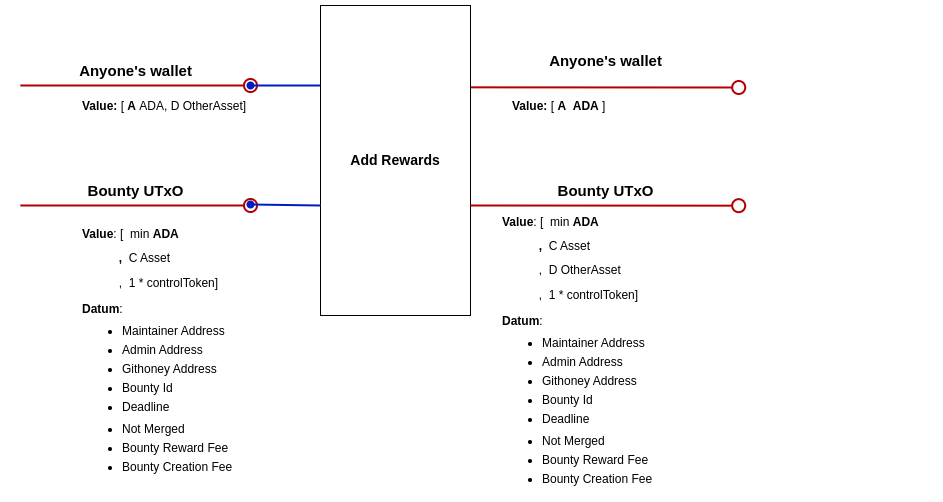
The draw.io diagram docs/img/addRewards.png in githoney-io/githoney-smart-contract, before a commit. Source tidied: cells renumbered, new cells last; positions are measured from the earlier drawing's top-left corner, leaving out a move shared by most shapes.
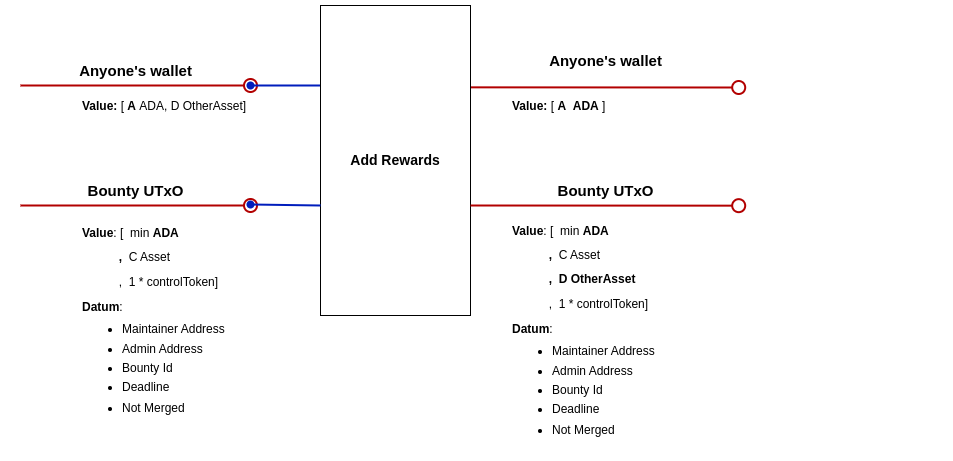
After the change.

What changed in the source:
```diff
@@ -41,8 +41,8 @@
         <mxPoint x="718.2" y="200.2" as="targetPoint" />
       </mxGeometry>
     </mxCell>
-    <mxCell id="11" value="&lt;p style=&quot;line-height: 100%;&quot;&gt;&lt;b&gt;Value&lt;/b&gt;: [&amp;nbsp; min&lt;b&gt;&amp;nbsp;ADA&lt;/b&gt;&lt;/p&gt;&lt;p style=&quot;line-height: 100%;&quot;&gt;&lt;b&gt;&lt;span style=&quot;white-space: pre;&quot;&gt;&#9;&lt;/span&gt;&amp;nbsp; &amp;nbsp;,&amp;nbsp; &lt;/b&gt;C Asset&lt;br&gt;&lt;/p&gt;&lt;span style=&quot;background-color: initial;&quot;&gt;&amp;nbsp; &amp;nbsp; &amp;nbsp; &amp;nbsp; &amp;nbsp; &amp;nbsp;,&amp;nbsp; 1 * controlToken&lt;/span&gt;&lt;span style=&quot;background-color: initial;&quot;&gt;]&amp;nbsp;&lt;/span&gt;&lt;div&gt;&lt;div&gt;&lt;p style=&quot;line-height: 100%;&quot;&gt;&lt;b&gt;Datum&lt;/b&gt;:&lt;/p&gt;&lt;ul style=&quot;line-height: 80%;&quot;&gt;&lt;li&gt;Maintainer Address&lt;/li&gt;&lt;br&gt;&lt;li&gt;Admin Address&amp;nbsp; &lt;br&gt;&lt;br&gt;&lt;/li&gt;&lt;li&gt;Githoney Address&lt;br&gt;&lt;br&gt;&lt;/li&gt;&lt;li&gt;Bounty Id&lt;br&gt;&amp;nbsp; &amp;nbsp; &amp;nbsp;&lt;/li&gt;&lt;li&gt;Deadline&lt;/li&gt;&lt;/ul&gt;&lt;ul style=&quot;line-height: 80%;&quot;&gt;&lt;li&gt;Not Merged&lt;br&gt;&lt;br&gt;&lt;/li&gt;&lt;li&gt;Bounty Reward Fee&lt;br&gt;&lt;br&gt;&lt;/li&gt;&lt;li&gt;Bounty Creation Fee&lt;/li&gt;&lt;/ul&gt;&lt;p&gt;&lt;/p&gt;&lt;/div&gt;&lt;/div&gt;" style="text;html=1;strokeColor=none;fillColor=none;align=left;verticalAlign=middle;whiteSpace=wrap;rounded=0;" parent="1" vertex="1">
-      <mxGeometry x="60" y="220" width="437.4" height="250" as="geometry" />
+    <mxCell id="11" value="&lt;p style=&quot;line-height: 100%;&quot;&gt;&lt;b&gt;Value&lt;/b&gt;: [&amp;nbsp; min&lt;b&gt;&amp;nbsp;ADA&lt;/b&gt;&lt;/p&gt;&lt;p style=&quot;line-height: 100%;&quot;&gt;&lt;b&gt;&lt;span style=&quot;white-space: pre;&quot;&gt;&#9;&lt;/span&gt;&amp;nbsp; &amp;nbsp;,&amp;nbsp; &lt;/b&gt;C Asset&lt;br&gt;&lt;/p&gt;&lt;span style=&quot;background-color: initial;&quot;&gt;&amp;nbsp; &amp;nbsp; &amp;nbsp; &amp;nbsp; &amp;nbsp; &amp;nbsp;,&amp;nbsp; 1 * controlToken&lt;/span&gt;&lt;span style=&quot;background-color: initial;&quot;&gt;]&amp;nbsp;&lt;/span&gt;&lt;div&gt;&lt;p style=&quot;line-height: 100%;&quot;&gt;&lt;b&gt;Datum&lt;/b&gt;:&lt;/p&gt;&lt;ul style=&quot;line-height: 80%;&quot;&gt;&lt;li&gt;Maintainer Address&lt;/li&gt;&lt;br&gt;&lt;li&gt;Admin Address&amp;nbsp; &lt;br&gt;&lt;br&gt;&lt;/li&gt;&lt;li&gt;Bounty Id&lt;br&gt;&amp;nbsp; &amp;nbsp; &amp;nbsp;&lt;/li&gt;&lt;li&gt;Deadline&lt;/li&gt;&lt;/ul&gt;&lt;ul style=&quot;line-height: 80%;&quot;&gt;&lt;li&gt;Not Merged&lt;br&gt;&lt;/li&gt;&lt;/ul&gt;&lt;p&gt;&lt;/p&gt;&lt;/div&gt;" style="text;html=1;strokeColor=none;fillColor=none;align=left;verticalAlign=middle;whiteSpace=wrap;rounded=0;" parent="1" vertex="1">
+      <mxGeometry x="60" y="190" width="437.4" height="250" as="geometry" />
     </mxCell>
     <mxCell id="12" value="&lt;font style=&quot;font-size: 15px;&quot;&gt;&lt;b style=&quot;font-size: 12px;&quot;&gt;&lt;font style=&quot;font-size: 15px;&quot;&gt;Anyone's wallet&lt;/font&gt;&lt;/b&gt;&lt;b&gt;&lt;br&gt;&lt;/b&gt;&lt;/font&gt;" style="text;html=1;align=center;verticalAlign=middle;strokeColor=none;fillColor=none;" parent="1" vertex="1">
       <mxGeometry x="515.2" y="40" width="140" height="30" as="geometry" />
@@ -62,8 +62,8 @@
     <mxCell id="15" value="&lt;font style=&quot;font-size: 15px;&quot;&gt;&lt;b&gt;Bounty UTxO&lt;/b&gt;&lt;/font&gt;" style="text;html=1;align=center;verticalAlign=middle;strokeColor=none;fillColor=none;" parent="1" vertex="1">
       <mxGeometry x="55" y="170" width="120" height="30" as="geometry" />
     </mxCell>
-    <mxCell id="16" value="&lt;p style=&quot;line-height: 100%;&quot;&gt;&lt;b&gt;Value&lt;/b&gt;: [&amp;nbsp; min&lt;b&gt;&amp;nbsp;ADA&lt;/b&gt;&lt;/p&gt;&lt;p style=&quot;line-height: 100%;&quot;&gt;&lt;b&gt;&lt;span style=&quot;white-space: pre;&quot;&gt;&#9;&lt;/span&gt;&amp;nbsp; &amp;nbsp;,&amp;nbsp; &lt;/b&gt;C Asset&lt;br&gt;&lt;/p&gt;&lt;p style=&quot;line-height: 100%;&quot;&gt;&lt;span style=&quot;white-space: pre;&quot;&gt;&#9;&lt;/span&gt;&amp;nbsp; &amp;nbsp;,&amp;nbsp;&amp;nbsp;&lt;span style=&quot;background-color: initial;&quot;&gt;D OtherAsset&lt;/span&gt;&lt;br&gt;&lt;/p&gt;&lt;span style=&quot;background-color: initial;&quot;&gt;&amp;nbsp; &amp;nbsp; &amp;nbsp; &amp;nbsp; &amp;nbsp; &amp;nbsp;,&amp;nbsp; 1 * controlToken&lt;/span&gt;&lt;span style=&quot;background-color: initial;&quot;&gt;]&amp;nbsp;&lt;/span&gt;&lt;div&gt;&lt;div&gt;&lt;p style=&quot;line-height: 100%;&quot;&gt;&lt;b&gt;Datum&lt;/b&gt;:&lt;/p&gt;&lt;ul style=&quot;line-height: 80%;&quot;&gt;&lt;li&gt;Maintainer Address&lt;/li&gt;&lt;br&gt;&lt;li&gt;Admin Address&amp;nbsp; &amp;nbsp; &lt;br&gt;&lt;br&gt;&lt;/li&gt;&lt;li&gt;Githoney Address&amp;nbsp;&amp;nbsp;&lt;br&gt;&lt;br&gt;&lt;/li&gt;&lt;li&gt;Bounty Id&lt;br&gt;&amp;nbsp; &amp;nbsp; &amp;nbsp;&lt;/li&gt;&lt;li&gt;Deadline&lt;/li&gt;&lt;/ul&gt;&lt;ul style=&quot;line-height: 80%;&quot;&gt;&lt;li&gt;Not Merged&lt;br&gt;&lt;br&gt;&lt;/li&gt;&lt;li&gt;Bounty Reward Fee&lt;br&gt;&lt;br&gt;&lt;/li&gt;&lt;li&gt;Bounty Creation Fee&lt;/li&gt;&lt;/ul&gt;&lt;p&gt;&lt;/p&gt;&lt;/div&gt;&lt;/div&gt;" style="text;html=1;strokeColor=none;fillColor=none;align=left;verticalAlign=middle;whiteSpace=wrap;rounded=0;" parent="1" vertex="1">
-      <mxGeometry x="480" y="220" width="437.4" height="250" as="geometry" />
+    <mxCell id="16" value="&lt;p style=&quot;line-height: 100%;&quot;&gt;&lt;b&gt;Value&lt;/b&gt;: [&amp;nbsp; min&lt;b&gt;&amp;nbsp;ADA&lt;/b&gt;&lt;/p&gt;&lt;p style=&quot;line-height: 100%;&quot;&gt;&lt;b&gt;&lt;span style=&quot;white-space: pre;&quot;&gt;&#9;&lt;/span&gt;&amp;nbsp; &amp;nbsp;,&amp;nbsp; &lt;/b&gt;C Asset&lt;br&gt;&lt;/p&gt;&lt;p style=&quot;line-height: 100%;&quot;&gt;&lt;b&gt;&lt;span style=&quot;white-space: pre;&quot;&gt;&#9;&lt;/span&gt;&amp;nbsp; &amp;nbsp;,&amp;nbsp;&amp;nbsp;&lt;span style=&quot;background-color: initial;&quot;&gt;D OtherAsset&lt;/span&gt;&lt;br&gt;&lt;/b&gt;&lt;/p&gt;&lt;span style=&quot;background-color: initial;&quot;&gt;&amp;nbsp; &amp;nbsp; &amp;nbsp; &amp;nbsp; &amp;nbsp; &amp;nbsp;,&amp;nbsp; 1 * controlToken&lt;/span&gt;&lt;span style=&quot;background-color: initial;&quot;&gt;]&amp;nbsp;&lt;/span&gt;&lt;div&gt;&lt;p style=&quot;line-height: 100%;&quot;&gt;&lt;b&gt;Datum&lt;/b&gt;:&lt;/p&gt;&lt;ul style=&quot;line-height: 80%;&quot;&gt;&lt;li&gt;Maintainer Address&lt;/li&gt;&lt;br&gt;&lt;li&gt;Admin Address&amp;nbsp; &amp;nbsp; &lt;br&gt;&amp;nbsp;&lt;/li&gt;&lt;li&gt;Bounty Id&lt;br&gt;&amp;nbsp; &amp;nbsp; &amp;nbsp;&lt;/li&gt;&lt;li&gt;Deadline&lt;/li&gt;&lt;/ul&gt;&lt;ul style=&quot;line-height: 80%;&quot;&gt;&lt;li&gt;Not Merged&lt;br&gt;&lt;/li&gt;&lt;/ul&gt;&lt;p&gt;&lt;/p&gt;&lt;/div&gt;" style="text;html=1;strokeColor=none;fillColor=none;align=left;verticalAlign=middle;whiteSpace=wrap;rounded=0;" parent="1" vertex="1">
+      <mxGeometry x="490" y="200" width="437.4" height="250" as="geometry" />
     </mxCell>
   </root>
 </mxGraphModel>
```
